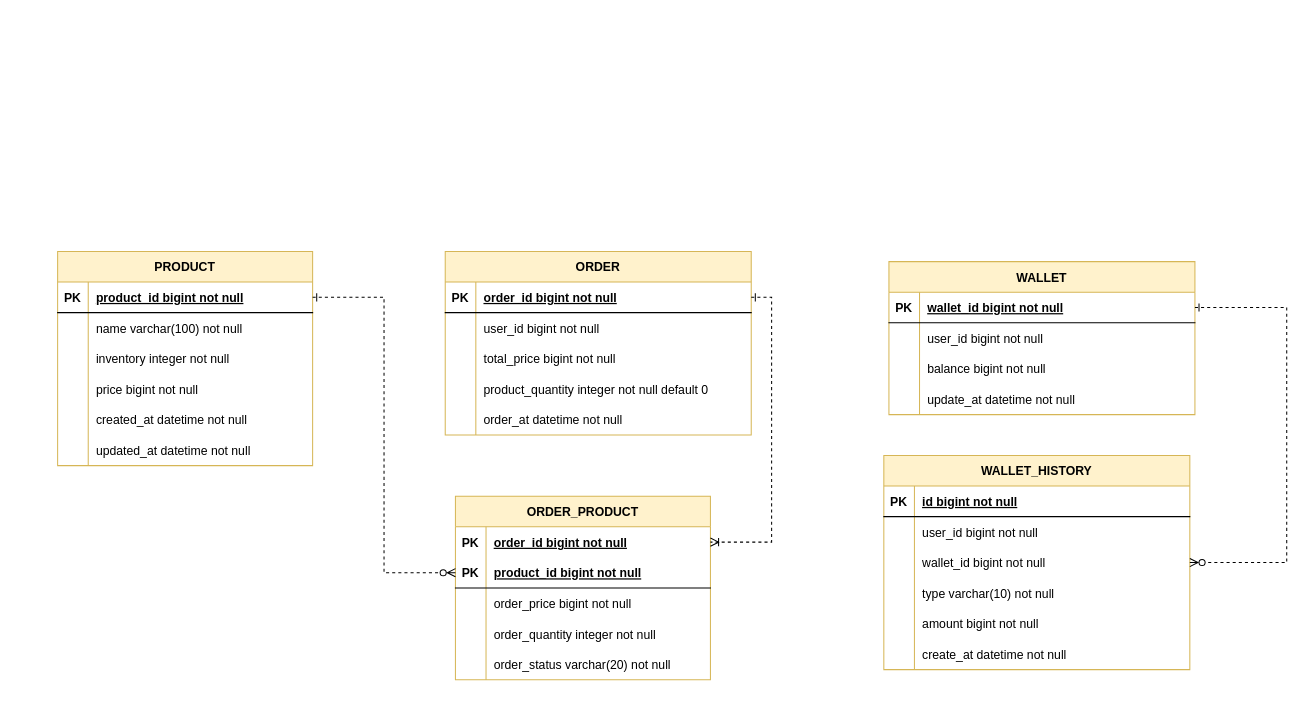
keepbang/hanghae-ecommerce keeps this draw.io diagram as ecommerce.drawio. Above is the earlier version. Source tidied: cells renumbered, new cells numbered last; positions are measured from the earlier drawing's top-left corner, leaving out a move shared by most shapes. Both pictures are drawn from the tidied source at 102%, with x=0, y=0 at pixel (57, 251).
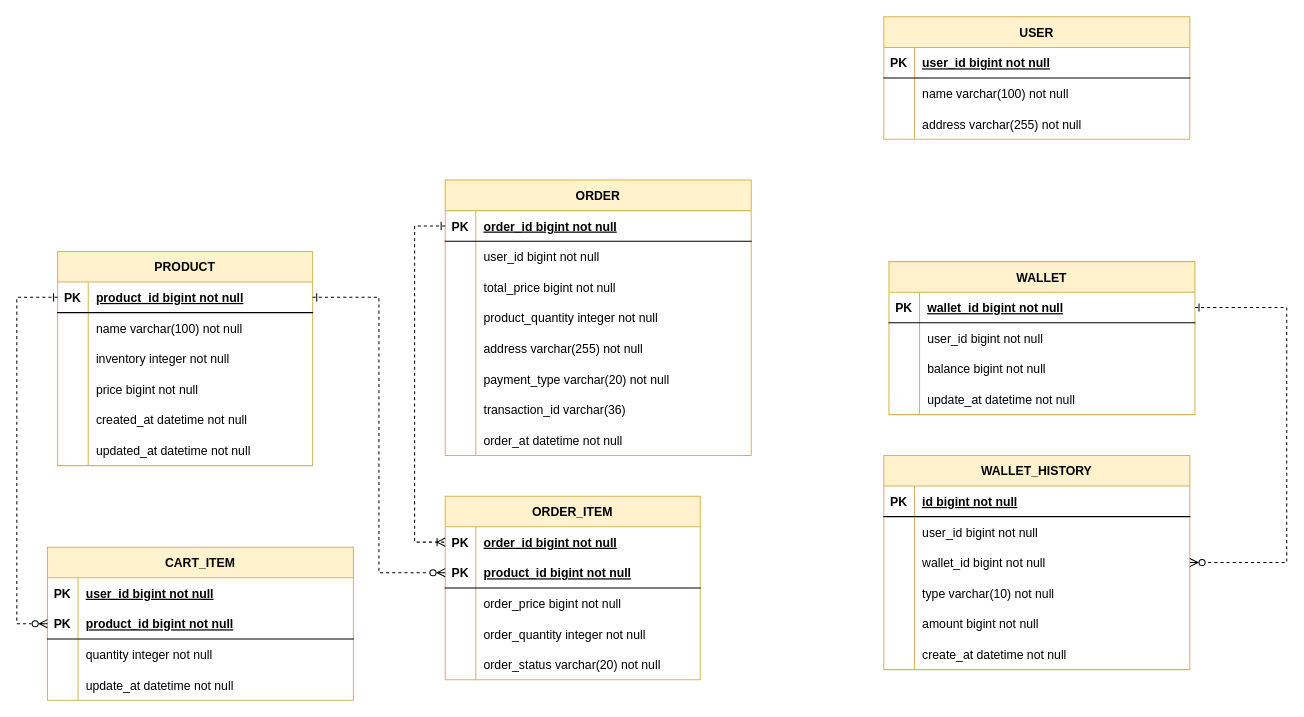
The same page after the edit.

Unchanged cells that the change refers to:
```xml
<mxCell id="3" style="shape=partialRectangle;fillColor=none;points=[[0,0.5],[1,0.5]];portConstraint=eastwest;top=0;left=0;right=0;bottom=1;" parent="2" vertex="1">
  <mxGeometry y="30" width="250" height="30" as="geometry" />
</mxCell>
<mxCell id="22" style="shape=partialRectangle;fillColor=none;points=[[0,0.5],[1,0.5]];portConstraint=eastwest;top=0;left=0;right=0;bottom=1;" parent="21" vertex="1">
  <mxGeometry y="30" width="300" height="30" as="geometry" />
</mxCell>
<mxCell id="31" style="shape=tableRow;horizontal=0;startSize=0;swimlaneHead=0;swimlaneBody=0;fillColor=none;top=0;left=0;right=0;bottom=0;" parent="21" vertex="1">
  <mxGeometry y="120" width="300" height="30" as="geometry" />
</mxCell>
<mxCell id="38" style="shape=tableRow;horizontal=0;startSize=0;swimlaneHead=0;swimlaneBody=0;fillColor=none;points=[[0,0.5],[1,0.5]];portConstraint=eastwest;top=0;left=0;right=0;bottom=0;" parent="37" vertex="1">
  <mxGeometry y="30" width="250" height="30" as="geometry" />
</mxCell>
```

Change to the diagram source:
```diff
@@
     <mxCell id="21" value="ORDER" style="shape=table;startSize=30;childLayout=tableLayout;rowLines=0;fontStyle=1;align=center;fillColor=#fff2cc;strokeColor=#d6b656;" parent="1" vertex="1">
-      <mxGeometry x="380" width="300" height="180" as="geometry" />
+      <mxGeometry x="380" y="-70" width="300" height="270" as="geometry" />
     </mxCell>
@@
-    <mxCell id="33" value="product_quantity integer not null default 0" style="shape=partialRectangle;fillColor=none;top=0;left=0;bottom=0;right=0;align=left;spacingLeft=6;overflow=hidden;" parent="31" vertex="1">
+    <mxCell id="33" value="product_quantity integer not null" style="shape=partialRectangle;fillColor=none;top=0;left=0;bottom=0;right=0;align=left;spacingLeft=6;overflow=hidden;" parent="31" vertex="1">
       <mxGeometry x="30" width="270" height="30" as="geometry" />
     </mxCell>
+    <mxCell id="88" style="shape=tableRow;horizontal=0;startSize=0;swimlaneHead=0;swimlaneBody=0;fillColor=none;top=0;left=0;right=0;bottom=0;" parent="21" vertex="1">
+      <mxGeometry y="150" width="300" height="30" as="geometry" />
+    </mxCell>
+    <mxCell id="89" style="shape=partialRectangle;fillColor=none;top=0;left=0;bottom=0;right=0;overflow=hidden;" parent="88" vertex="1">
+      <mxGeometry width="30" height="30" as="geometry" />
+    </mxCell>
+    <mxCell id="90" value="address varchar(255) not null" style="shape=partialRectangle;fillColor=none;top=0;left=0;bottom=0;right=0;align=left;spacingLeft=6;overflow=hidden;" parent="88" vertex="1">
+      <mxGeometry x="30" width="270" height="30" as="geometry" />
+    </mxCell>
+    <mxCell id="91" style="shape=tableRow;horizontal=0;startSize=0;swimlaneHead=0;swimlaneBody=0;fillColor=none;top=0;left=0;right=0;bottom=0;" parent="21" vertex="1">
+      <mxGeometry y="180" width="300" height="30" as="geometry" />
+    </mxCell>
+    <mxCell id="92" style="shape=partialRectangle;fillColor=none;top=0;left=0;bottom=0;right=0;overflow=hidden;" parent="91" vertex="1">
+      <mxGeometry width="30" height="30" as="geometry" />
+    </mxCell>
+    <mxCell id="93" value="payment_type varchar(20) not null" style="shape=partialRectangle;fillColor=none;top=0;left=0;bottom=0;right=0;align=left;spacingLeft=6;overflow=hidden;" parent="91" vertex="1">
+      <mxGeometry x="30" width="270" height="30" as="geometry" />
+    </mxCell>
+    <mxCell id="94" style="shape=tableRow;horizontal=0;startSize=0;swimlaneHead=0;swimlaneBody=0;fillColor=none;top=0;left=0;right=0;bottom=0;" parent="21" vertex="1">
+      <mxGeometry y="210" width="300" height="30" as="geometry" />
+    </mxCell>
+    <mxCell id="95" style="shape=partialRectangle;fillColor=none;top=0;left=0;bottom=0;right=0;overflow=hidden;" parent="94" vertex="1">
+      <mxGeometry width="30" height="30" as="geometry" />
+    </mxCell>
+    <mxCell id="96" value="transaction_id varchar(36)" style="shape=partialRectangle;fillColor=none;top=0;left=0;bottom=0;right=0;align=left;spacingLeft=6;overflow=hidden;" parent="94" vertex="1">
+      <mxGeometry x="30" width="270" height="30" as="geometry" />
+    </mxCell>
     <mxCell id="34" style="shape=tableRow;horizontal=0;startSize=0;swimlaneHead=0;swimlaneBody=0;fillColor=none;top=0;left=0;right=0;bottom=0;" parent="21" vertex="1">
-      <mxGeometry y="150" width="300" height="30" as="geometry" />
+      <mxGeometry y="240" width="300" height="30" as="geometry" />
     </mxCell>
@@
-    <mxCell id="37" value="ORDER_PRODUCT" style="shape=table;startSize=30;childLayout=tableLayout;rowLines=0;fontStyle=1;align=center;fillColor=#fff2cc;strokeColor=#d6b656;" parent="1" vertex="1">
-      <mxGeometry x="390" y="240" width="250" height="180" as="geometry" />
+    <mxCell id="37" value="ORDER_ITEM" style="shape=table;startSize=30;childLayout=tableLayout;rowLines=0;fontStyle=1;align=center;fillColor=#fff2cc;strokeColor=#d6b656;" parent="1" vertex="1">
+      <mxGeometry x="380" y="240" width="250" height="180" as="geometry" />
     </mxCell>
@@
     <mxCell id="53" style="edgeStyle=orthogonalEdgeStyle;rounded=0;jettySize=auto;html=1;dashed=1;startArrow=ERone;startFill=0;endArrow=ERoneToMany;endFill=0;" parent="1" edge="1" source="22" target="38">
       <mxGeometry relative="1" as="geometry">
         <Array as="points">
-          <mxPoint x="700" y="45" />
-          <mxPoint x="700" y="285" />
+          <mxPoint x="350" y="-25" />
+          <mxPoint x="350" y="285" />
         </Array>
       </mxGeometry>
     </mxCell>
@@
+    <mxCell id="97" value="CART_ITEM" style="shape=table;startSize=30;childLayout=tableLayout;rowLines=0;fontStyle=1;align=center;fillColor=#fff2cc;strokeColor=#d6b656;" parent="1" vertex="1">
+      <mxGeometry x="-10" y="290" width="300" height="150" as="geometry" />
+    </mxCell>
+    <mxCell id="98" style="shape=tableRow;horizontal=0;startSize=0;swimlaneHead=0;swimlaneBody=0;fillColor=none;top=0;left=0;right=0;bottom=0;" parent="97" vertex="1">
+      <mxGeometry y="30" width="300" height="30" as="geometry" />
+    </mxCell>
+    <mxCell id="99" value="PK" style="shape=partialRectangle;fillColor=none;top=0;left=0;bottom=0;right=0;overflow=hidden;fontStyle=1;" parent="98" vertex="1">
+      <mxGeometry width="30" height="30" as="geometry" />
+    </mxCell>
+    <mxCell id="100" value="user_id bigint not null" style="shape=partialRectangle;fillColor=none;top=0;left=0;bottom=0;right=0;align=left;spacingLeft=6;overflow=hidden;fontStyle=5;" parent="98" vertex="1">
+      <mxGeometry x="30" width="270" height="30" as="geometry" />
+    </mxCell>
+    <mxCell id="101" style="shape=partialRectangle;fillColor=none;points=[[0,0.5],[1,0.5]];portConstraint=eastwest;top=0;left=0;right=0;bottom=1;" parent="97" vertex="1">
+      <mxGeometry y="60" width="300" height="30" as="geometry" />
+    </mxCell>
+    <mxCell id="102" value="PK" style="shape=partialRectangle;overflow=hidden;fillColor=none;top=0;left=0;bottom=0;right=0;fontStyle=1;" parent="101" vertex="1">
+      <mxGeometry width="30" height="30" as="geometry" />
+    </mxCell>
+    <mxCell id="103" value="product_id bigint not null" style="shape=partialRectangle;overflow=hidden;fillColor=none;top=0;left=0;bottom=0;right=0;align=left;spacingLeft=6;fontStyle=5;" parent="101" vertex="1">
+      <mxGeometry x="30" width="270" height="30" as="geometry" />
+    </mxCell>
+    <mxCell id="104" style="shape=partialRectangle;fillColor=none;top=0;left=0;right=0;bottom=0;" parent="97" vertex="1">
+      <mxGeometry y="90" width="300" height="30" as="geometry" />
+    </mxCell>
+    <mxCell id="105" style="shape=partialRectangle;overflow=hidden;fillColor=none;top=0;left=0;bottom=0;right=0;" parent="104" vertex="1">
+      <mxGeometry width="30" height="30" as="geometry" />
+    </mxCell>
+    <mxCell id="106" value="quantity integer not null" style="shape=partialRectangle;overflow=hidden;fillColor=none;top=0;left=0;bottom=0;right=0;align=left;spacingLeft=6;" parent="104" vertex="1">
+      <mxGeometry x="30" width="270" height="30" as="geometry" />
+    </mxCell>
+    <mxCell id="107" style="shape=tableRow;horizontal=0;startSize=0;swimlaneHead=0;swimlaneBody=0;fillColor=none;top=0;left=0;right=0;bottom=0;" parent="97" vertex="1">
+      <mxGeometry y="120" width="300" height="30" as="geometry" />
+    </mxCell>
+    <mxCell id="108" style="shape=partialRectangle;fillColor=none;top=0;left=0;bottom=0;right=0;overflow=hidden;" parent="107" vertex="1">
+      <mxGeometry width="30" height="30" as="geometry" />
+    </mxCell>
+    <mxCell id="109" value="update_at datetime not null" style="shape=partialRectangle;fillColor=none;top=0;left=0;bottom=0;right=0;align=left;spacingLeft=6;overflow=hidden;" parent="107" vertex="1">
+      <mxGeometry x="30" width="270" height="30" as="geometry" />
+    </mxCell>
+    <mxCell id="110" style="edgeStyle=orthogonalEdgeStyle;rounded=0;jettySize=auto;html=1;dashed=1;endArrow=ERzeroToMany;endFill=0;startArrow=ERone;startFill=0;exitX=0;exitY=0.5;exitDx=0;exitDy=0;entryX=0;entryY=0.5;entryDx=0;entryDy=0;" parent="1" edge="1" source="3" target="101">
+      <mxGeometry relative="1" as="geometry">
+        <Array as="points">
+          <mxPoint x="-40" y="45" />
+          <mxPoint x="-40" y="365" />
+        </Array>
+      </mxGeometry>
+    </mxCell>
+    <mxCell id="111" value="USER" style="shape=table;startSize=30;childLayout=tableLayout;rowLines=0;fontStyle=1;align=center;fillColor=#fff2cc;strokeColor=#d6b656;" parent="1" vertex="1">
+      <mxGeometry x="810" y="-230" width="300" height="120" as="geometry" />
+    </mxCell>
+    <mxCell id="112" style="shape=partialRectangle;fillColor=none;top=0;left=0;right=0;bottom=1;" parent="111" vertex="1">
+      <mxGeometry y="30" width="300" height="30" as="geometry" />
+    </mxCell>
+    <mxCell id="113" value="PK" style="shape=partialRectangle;overflow=hidden;fillColor=none;top=0;left=0;bottom=0;right=0;fontStyle=1;" parent="112" vertex="1">
+      <mxGeometry width="30" height="30" as="geometry" />
+    </mxCell>
+    <mxCell id="114" value="user_id bigint not null" style="shape=partialRectangle;overflow=hidden;fillColor=none;top=0;left=0;bottom=0;right=0;align=left;spacingLeft=6;fontStyle=5;" parent="112" vertex="1">
+      <mxGeometry x="30" width="270" height="30" as="geometry" />
+    </mxCell>
+    <mxCell id="115" style="shape=partialRectangle;fillColor=none;top=0;left=0;right=0;bottom=0;" parent="111" vertex="1">
+      <mxGeometry y="60" width="300" height="30" as="geometry" />
+    </mxCell>
+    <mxCell id="116" style="shape=partialRectangle;overflow=hidden;fillColor=none;top=0;left=0;bottom=0;right=0;" parent="115" vertex="1">
+      <mxGeometry width="30" height="30" as="geometry" />
+    </mxCell>
+    <mxCell id="117" value="name varchar(100) not null" style="shape=partialRectangle;overflow=hidden;fillColor=none;top=0;left=0;bottom=0;right=0;align=left;spacingLeft=6;" parent="115" vertex="1">
+      <mxGeometry x="30" width="270" height="30" as="geometry" />
+    </mxCell>
+    <mxCell id="118" style="shape=tableRow;horizontal=0;startSize=0;swimlaneHead=0;swimlaneBody=0;fillColor=none;top=0;left=0;right=0;bottom=0;" parent="111" vertex="1">
+      <mxGeometry y="90" width="300" height="30" as="geometry" />
+    </mxCell>
+    <mxCell id="119" style="shape=partialRectangle;fillColor=none;top=0;left=0;bottom=0;right=0;overflow=hidden;" parent="118" vertex="1">
+      <mxGeometry width="30" height="30" as="geometry" />
+    </mxCell>
+    <mxCell id="120" value="address varchar(255) not null" style="shape=partialRectangle;fillColor=none;top=0;left=0;bottom=0;right=0;align=left;spacingLeft=6;overflow=hidden;" parent="118" vertex="1">
+      <mxGeometry x="30" width="270" height="30" as="geometry" />
+    </mxCell>
```
